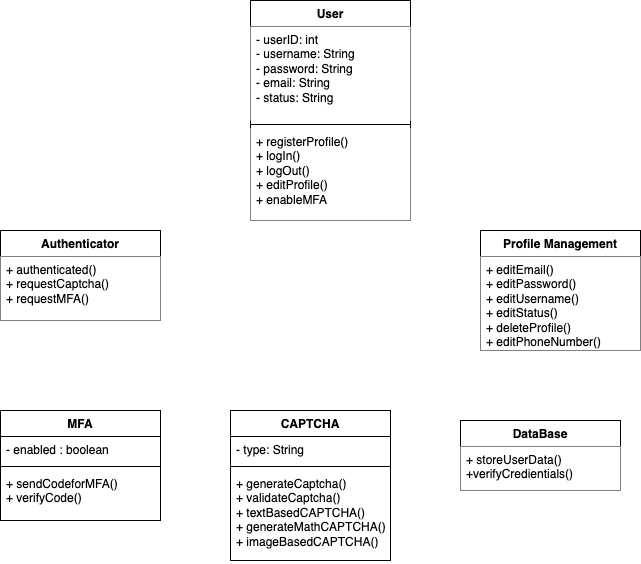
This is docs/class_structure_diagrams/class_structure_diagram_06.png from ShakH00/OMGame, a draw.io export, as it was before one commit. Source tidied: cells renumbered, new cells last; positions are measured from the earlier drawing's top-left corner, leaving out a move shared by most shapes.
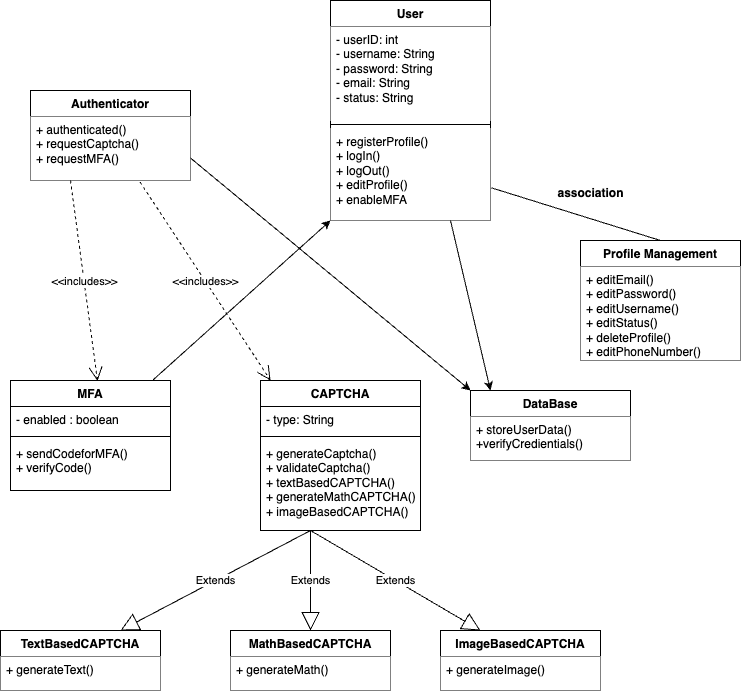
The same diagram one commit later.

Commit message:
30215541- Completed class_structure_diagram_06.png for the Authentication System

The edit, as a diff of the source:
```diff
@@ -3,7 +3,7 @@
     <mxCell id="0" />
     <mxCell id="1" parent="0" />
     <mxCell id="2" value="User" style="swimlane;fontStyle=1;align=center;verticalAlign=top;horizontal=1;startSize=26;whiteSpace=wrap;html=1;" parent="1" vertex="1">
-      <mxGeometry x="250" width="160" height="220" as="geometry" />
+      <mxGeometry x="320" y="30" width="160" height="220" as="geometry" />
     </mxCell>
     <mxCell id="3" value="- userID: int&lt;div&gt;- username: String&lt;/div&gt;&lt;div&gt;- password: String&lt;/div&gt;&lt;div&gt;- email: String&lt;/div&gt;&lt;div&gt;- status: String&lt;/div&gt;" style="text;align=left;verticalAlign=top;spacingLeft=4;spacingRight=4;overflow=hidden;whiteSpace=wrap;html=1;fillColor=default;" parent="2" vertex="1">
       <mxGeometry y="26" width="160" height="94" as="geometry" />
@@ -15,13 +15,13 @@
       <mxGeometry y="128" width="160" height="92" as="geometry" />
     </mxCell>
     <mxCell id="6" value="Profile Management" style="swimlane;fontStyle=1;align=center;verticalAlign=top;horizontal=1;startSize=26;whiteSpace=wrap;html=1;" parent="1" vertex="1">
-      <mxGeometry x="480" y="230" width="160" height="120" as="geometry" />
+      <mxGeometry x="570" y="270" width="160" height="120" as="geometry" />
     </mxCell>
     <mxCell id="7" value="+ editEmail()&lt;div&gt;+ editPassword()&lt;/div&gt;&lt;div&gt;+ editUsername()&lt;/div&gt;&lt;div&gt;+ editStatus()&lt;/div&gt;&lt;div&gt;+ deleteProfile()&lt;/div&gt;&lt;div&gt;+ editPhoneNumber()&lt;/div&gt;" style="text;strokeColor=none;fillColor=default;align=left;verticalAlign=top;spacingLeft=4;spacingRight=4;overflow=hidden;whiteSpace=wrap;html=1;" parent="6" vertex="1">
       <mxGeometry y="26" width="160" height="94" as="geometry" />
     </mxCell>
     <mxCell id="8" value="Authenticator" style="swimlane;fontStyle=1;align=center;verticalAlign=top;horizontal=1;startSize=26;whiteSpace=wrap;html=1;" parent="1" vertex="1">
-      <mxGeometry y="230" width="160" height="90" as="geometry" />
+      <mxGeometry x="20" y="120" width="160" height="90" as="geometry" />
     </mxCell>
     <mxCell id="9" value="+ authenticated()&lt;br&gt;&lt;div&gt;+ requestCaptcha()&lt;/div&gt;&lt;div&gt;+ requestMFA()&lt;/div&gt;&lt;div&gt;&lt;br&gt;&lt;/div&gt;" style="text;strokeColor=none;fillColor=default;align=left;verticalAlign=top;spacingLeft=4;spacingRight=4;overflow=hidden;points=[[0,0.5],[1,0.5]];portConstraint=eastwest;whiteSpace=wrap;html=1;" parent="8" vertex="1">
       <mxGeometry y="26" width="160" height="64" as="geometry" />
@@ -39,7 +39,7 @@
       <mxGeometry y="60" width="160" height="50" as="geometry" />
     </mxCell>
     <mxCell id="14" value="CAPTCHA" style="swimlane;fontStyle=1;align=center;verticalAlign=top;horizontal=1;startSize=26;whiteSpace=wrap;html=1;" parent="1" vertex="1">
-      <mxGeometry x="230" y="410" width="160" height="150" as="geometry" />
+      <mxGeometry x="250" y="410" width="160" height="150" as="geometry" />
     </mxCell>
     <mxCell id="15" value="- type: String" style="text;strokeColor=none;fillColor=none;align=left;verticalAlign=top;spacingLeft=4;spacingRight=4;overflow=hidden;whiteSpace=wrap;html=1;" parent="14" vertex="1">
       <mxGeometry y="26" width="160" height="26" as="geometry" />
@@ -56,5 +56,59 @@
     <mxCell id="19" value="+ storeUserData()&lt;div&gt;+verifyCredientials()&lt;br&gt;&lt;div&gt;&lt;br&gt;&lt;/div&gt;&lt;/div&gt;" style="text;strokeColor=none;fillColor=default;align=left;verticalAlign=top;spacingLeft=4;spacingRight=4;overflow=hidden;whiteSpace=wrap;html=1;" parent="18" vertex="1">
       <mxGeometry y="26" width="160" height="44" as="geometry" />
     </mxCell>
+    <mxCell id="20" value="TextBasedCAPTCHA" style="swimlane;fontStyle=1;align=center;verticalAlign=top;horizontal=1;startSize=26;whiteSpace=wrap;html=1;" parent="1" vertex="1">
+      <mxGeometry x="-10" y="660" width="160" height="60" as="geometry" />
+    </mxCell>
+    <mxCell id="21" value="+ generateText()" style="text;strokeColor=none;fillColor=default;align=left;verticalAlign=top;spacingLeft=4;spacingRight=4;overflow=hidden;whiteSpace=wrap;html=1;" parent="20" vertex="1">
+      <mxGeometry y="26" width="160" height="34" as="geometry" />
+    </mxCell>
+    <mxCell id="22" value="ImageBasedCAPTCHA" style="swimlane;fontStyle=1;align=center;verticalAlign=top;horizontal=1;startSize=26;whiteSpace=wrap;html=1;" parent="1" vertex="1">
+      <mxGeometry x="430" y="660" width="160" height="60" as="geometry" />
+    </mxCell>
+    <mxCell id="23" value="+ generateImage()" style="text;strokeColor=none;fillColor=default;align=left;verticalAlign=top;spacingLeft=4;spacingRight=4;overflow=hidden;whiteSpace=wrap;html=1;" parent="22" vertex="1">
+      <mxGeometry y="26" width="160" height="34" as="geometry" />
+    </mxCell>
+    <mxCell id="24" value="MathBasedCAPTCHA" style="swimlane;fontStyle=1;align=center;verticalAlign=top;horizontal=1;startSize=26;whiteSpace=wrap;html=1;" parent="1" vertex="1">
+      <mxGeometry x="220" y="660" width="160" height="60" as="geometry" />
+    </mxCell>
+    <mxCell id="25" value="+ generateMath()" style="text;strokeColor=none;fillColor=default;align=left;verticalAlign=top;spacingLeft=4;spacingRight=4;overflow=hidden;whiteSpace=wrap;html=1;" parent="24" vertex="1">
+      <mxGeometry y="26" width="160" height="34" as="geometry" />
+    </mxCell>
+    <mxCell id="26" value="Extends" style="endArrow=block;endSize=16;endFill=0;html=1;rounded=0;entryX=0.75;entryY=0;entryDx=0;entryDy=0;" parent="1" edge="1" target="20">
+      <mxGeometry relative="1" as="geometry">
+        <mxPoint x="300" y="560" as="sourcePoint" />
+      </mxGeometry>
+    </mxCell>
+    <mxCell id="27" value="Extends" style="endArrow=block;endSize=16;endFill=0;html=1;rounded=0;entryX=0.5;entryY=0;entryDx=0;entryDy=0;" parent="1" edge="1" target="24">
+      <mxGeometry relative="1" as="geometry">
+        <mxPoint x="300" y="560" as="sourcePoint" />
+      </mxGeometry>
+    </mxCell>
+    <mxCell id="28" value="Extends" style="endArrow=block;endSize=16;endFill=0;html=1;rounded=0;entryX=0.25;entryY=0;entryDx=0;entryDy=0;" parent="1" edge="1" target="22">
+      <mxGeometry relative="1" as="geometry">
+        <mxPoint x="300" y="560" as="sourcePoint" />
+      </mxGeometry>
+    </mxCell>
+    <mxCell id="29" value="&amp;lt;&amp;lt;includes&amp;gt;&amp;gt;" style="endArrow=open;endSize=12;dashed=1;html=1;rounded=0;entryX=0.544;entryY=0.005;entryDx=0;entryDy=0;entryPerimeter=0;exitX=0.25;exitY=1;exitDx=0;exitDy=0;" parent="1" edge="1" source="8" target="10">
+      <mxGeometry relative="1" as="geometry" />
+    </mxCell>
+    <mxCell id="30" value="&amp;lt;&amp;lt;includes&amp;gt;&amp;gt;" style="endArrow=open;endSize=12;dashed=1;html=1;rounded=0;entryX=0.063;entryY=0;entryDx=0;entryDy=0;entryPerimeter=0;exitX=0.685;exitY=1.025;exitDx=0;exitDy=0;exitPerimeter=0;" parent="1" edge="1" source="9" target="14">
+      <mxGeometry relative="1" as="geometry" />
+    </mxCell>
+    <mxCell id="31" value="association" style="text;align=center;fontStyle=1;verticalAlign=middle;spacingLeft=3;spacingRight=3;strokeColor=none;html=1;" parent="1" vertex="1">
+      <mxGeometry x="540" y="210" width="80" height="26" as="geometry" />
+    </mxCell>
+    <mxCell id="32" style="endArrow=classic;html=1;rounded=0;entryX=0;entryY=0;entryDx=0;entryDy=0;exitX=1;exitY=0.75;exitDx=0;exitDy=0;" parent="1" edge="1" source="8" target="18">
+      <mxGeometry relative="1" as="geometry" />
+    </mxCell>
+    <mxCell id="33" style="endArrow=classic;html=1;rounded=0;exitX=0.75;exitY=1;exitDx=0;exitDy=0;entryX=0.125;entryY=0;entryDx=0;entryDy=0;entryPerimeter=0;" parent="1" edge="1" source="2" target="18">
+      <mxGeometry relative="1" as="geometry" />
+    </mxCell>
+    <mxCell id="34" style="endArrow=classic;html=1;rounded=0;exitX=0.89;exitY=-0.004;exitDx=0;exitDy=0;exitPerimeter=0;entryX=0;entryY=1;entryDx=0;entryDy=0;" parent="1" edge="1" source="10" target="2">
+      <mxGeometry relative="1" as="geometry" />
+    </mxCell>
+    <mxCell id="35" style="endArrow=none;html=1;rounded=0;exitX=1.006;exitY=0.645;exitDx=0;exitDy=0;exitPerimeter=0;entryX=0.5;entryY=0;entryDx=0;entryDy=0;" parent="1" edge="1" source="5" target="6">
+      <mxGeometry relative="1" as="geometry" />
+    </mxCell>
   </root>
 </mxGraphModel>
```
